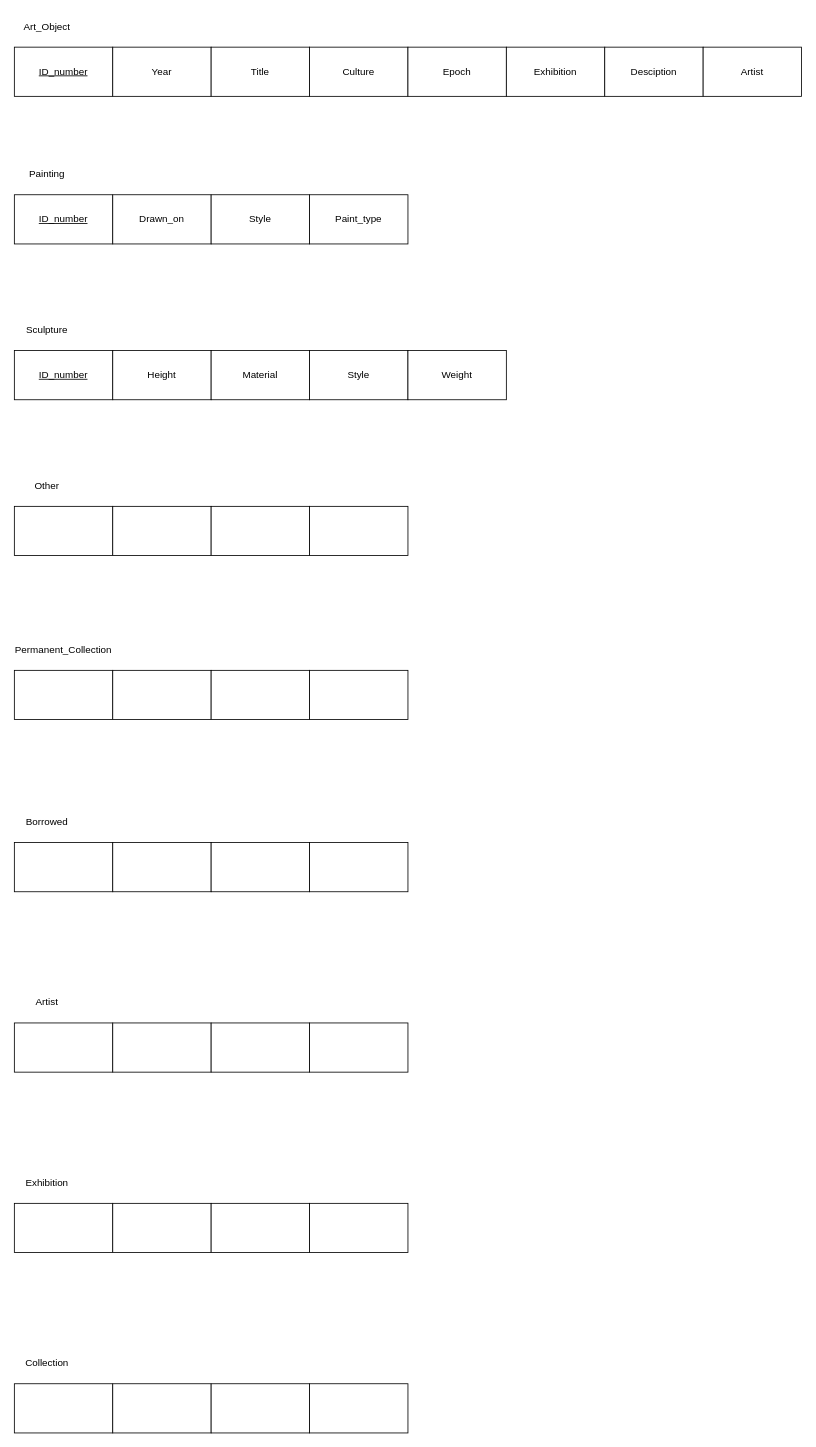
Earlier version of the draw.io diagram EERD.drawio (ENSF-300-F23/museum-project-l03-35). Source tidied: cells renumbered, new cells numbered last; positions are measured from the earlier drawing's top-left corner, leaving out a move shared by most shapes. Both pictures are drawn from the tidied source at 82%, with x=0, y=0 at pixel (14, 14).
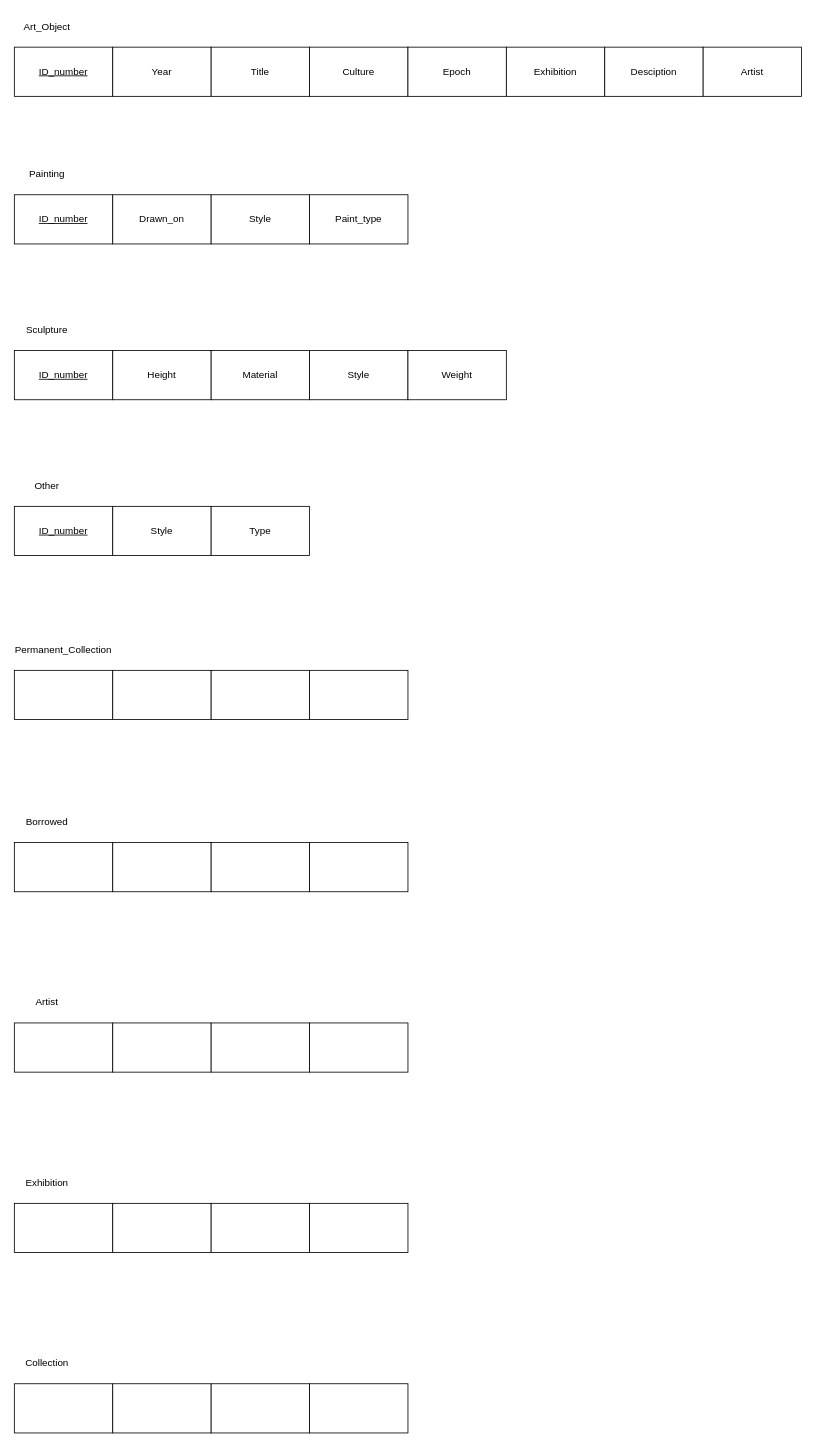
The same page after the edit.

Commit message:
Added primary key and attributes for "other" entity

The edit, as a diff of the source:
```diff
@@
-    <mxCell id="18" style="rounded=0;whiteSpace=wrap;html=1;" parent="1" vertex="1">
+    <mxCell id="18" value="&lt;u&gt;ID_number&lt;/u&gt;" style="rounded=0;whiteSpace=wrap;html=1;" parent="1" vertex="1">
       <mxGeometry y="600" width="120" height="60" as="geometry" />
     </mxCell>
-    <mxCell id="19" style="rounded=0;whiteSpace=wrap;html=1;" parent="1" vertex="1">
+    <mxCell id="19" value="Style" style="rounded=0;whiteSpace=wrap;html=1;" parent="1" vertex="1">
       <mxGeometry x="120" y="600" width="120" height="60" as="geometry" />
     </mxCell>
-    <mxCell id="20" style="rounded=0;whiteSpace=wrap;html=1;" parent="1" vertex="1">
+    <mxCell id="20" value="Type" style="rounded=0;whiteSpace=wrap;html=1;" parent="1" vertex="1">
       <mxGeometry x="240" y="600" width="120" height="60" as="geometry" />
     </mxCell>
-    <mxCell id="21" style="rounded=0;whiteSpace=wrap;html=1;" parent="1" vertex="1">
-      <mxGeometry x="360" y="600" width="120" height="60" as="geometry" />
-    </mxCell>
```
